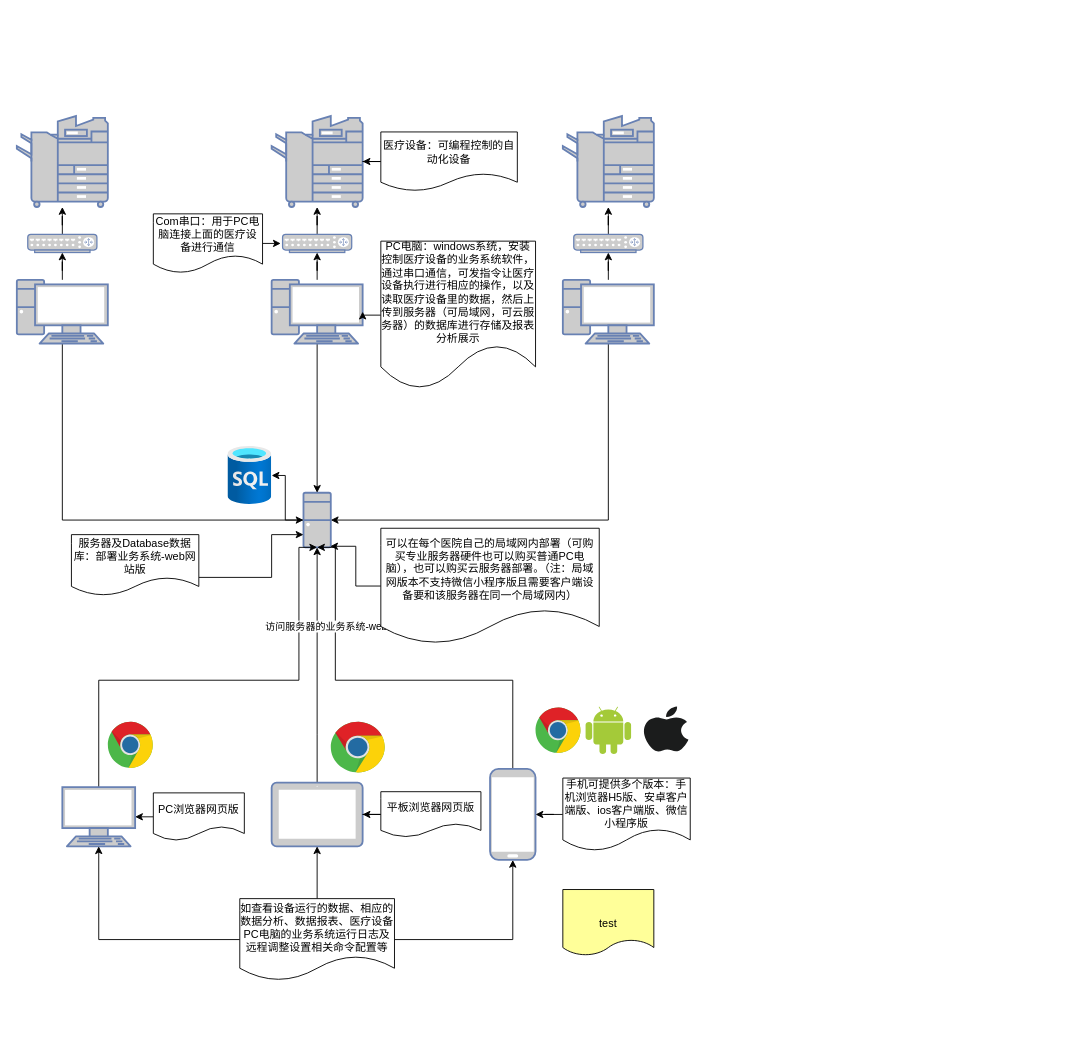
This is project/医疗器械系统.drawio from yangtech555/diagrams, a draw.io file, before an edit. Source tidied: cells renumbered, new cells numbered last; positions are measured from the earlier drawing's top-left corner, leaving out a move shared by most shapes. Both pictures are drawn from the tidied source at 91%, with x=0, y=0 at pixel (16, 116).
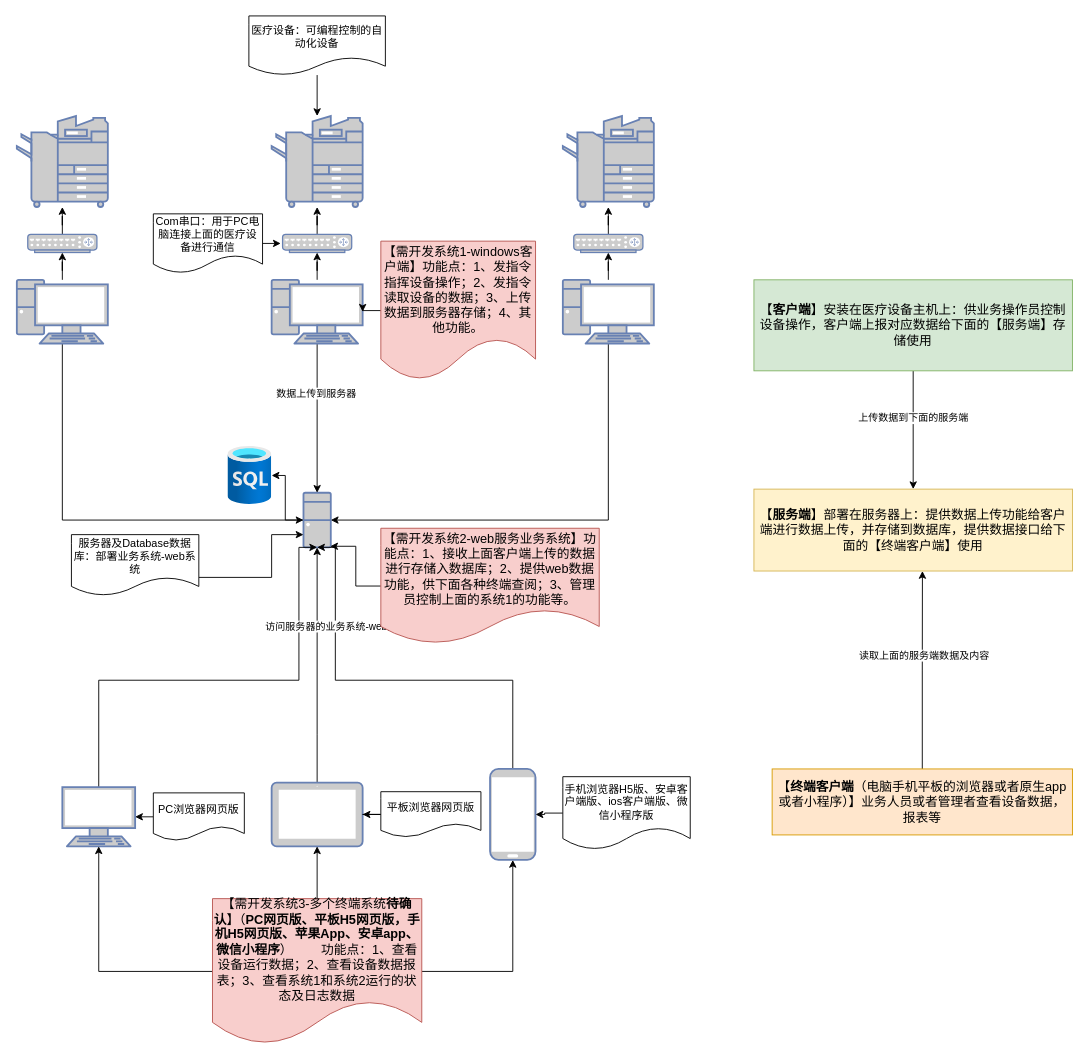
Above is the later version.

Commit message:
更新医疗器械系统.drawio

The change refers to these unchanged cells:
```xml
<mxCell id="9" style="edgeStyle=orthogonalEdgeStyle;rounded=0;jettySize=auto;html=1;" parent="1" edge="1" source="10" target="7">
  <mxGeometry relative="1" as="geometry">
    <Array as="points">
      <mxPoint x="330" y="444" />
    </Array>
  </mxGeometry>
</mxCell>
```

Diff of the diagram source:
```diff
@@
+    <mxCell id="56" value="数据上传到服务器" style="edgeLabel;html=1;align=center;verticalAlign=middle;" parent="9" vertex="1">
+      <mxGeometry x="-0.34" y="-2" relative="1" as="geometry" />
+    </mxCell>
@@
     <mxCell id="12" value="医疗设备：可编程控制的自动化设备" style="shape=document;whiteSpace=wrap;html=1;boundedLbl=1;" parent="1" vertex="1">
-      <mxGeometry x="400" y="17.5" width="150" height="65" as="geometry" />
+      <mxGeometry x="255" y="-110" width="150" height="65" as="geometry" />
     </mxCell>
@@
-    <mxCell id="16" value="PC电脑：windows系统，安装控制医疗设备的业务系统软件，通过串口通信，可发指令让医疗设备执行进行相应的操作，以及读取医疗设备里的数据，然后上传到服务器（可局域网，可云服务器）的数据库进行存储及报表分析展示" style="shape=document;whiteSpace=wrap;html=1;boundedLbl=1;" parent="1" vertex="1">
-      <mxGeometry x="400" y="137.5" width="170" height="162.5" as="geometry" />
+    <mxCell id="16" value="&lt;font style=&quot;font-size: 14px&quot;&gt;【需开发系统1-windows客户端】功能点：1、发指令指挥设备操作；2、发指令读取设备的数据；3、上传数据到服务器存储；4、其他功能。&lt;/font&gt;" style="shape=document;whiteSpace=wrap;html=1;boundedLbl=1;fillColor=#f8cecc;strokeColor=#b85450;" parent="1" vertex="1">
+      <mxGeometry x="400" y="137.5" width="170" height="152.5" as="geometry" />
     </mxCell>
@@
-    <mxCell id="30" value="服务器及Database数据库：部署业务系统-web网站版" style="shape=document;whiteSpace=wrap;html=1;boundedLbl=1;" parent="1" vertex="1">
+    <mxCell id="30" value="服务器及Database数据库：部署业务系统-web系统" style="shape=document;whiteSpace=wrap;html=1;boundedLbl=1;" parent="1" vertex="1">
       <mxGeometry x="60" y="460" width="140" height="67" as="geometry" />
     </mxCell>
@@
-    <mxCell id="39" value="&lt;span&gt;可以在每个医院自己的局域网内部署（可购买专业服务器硬件也可以购买普通PC电脑），也可以购买云服务器部署。（注：局域网版本不支持微信小程序版且需要客户端设备要和该服务器在同一个局域网内）&lt;/span&gt;" style="shape=document;whiteSpace=wrap;html=1;boundedLbl=1;" parent="1" vertex="1">
+    <mxCell id="39" value="&lt;font style=&quot;font-size: 14px&quot;&gt;【需开发系统2-web服务业务系统】功能点：1、接收上面客户端上传的数据进行存储入数据库；2、提供web数据功能，供下面各种终端查阅；3、管理员控制上面的系统1的功能等。&lt;/font&gt;" style="shape=document;whiteSpace=wrap;html=1;boundedLbl=1;fillColor=#f8cecc;strokeColor=#b85450;" parent="1" vertex="1">
       <mxGeometry x="400" y="453" width="240" height="127" as="geometry" />
     </mxCell>
@@
-    <mxCell id="45" value="&lt;span&gt;如查看设备运行的数据、相应的数据分析、数据报表、医疗设备PC电脑的业务系统运行日志及远程调整设置相关命令配置等&lt;/span&gt;" style="shape=document;whiteSpace=wrap;html=1;boundedLbl=1;" parent="1" vertex="1">
-      <mxGeometry x="245" y="860" width="170" height="90" as="geometry" />
+    <mxCell id="45" value="&lt;font style=&quot;font-size: 14px&quot;&gt;【需开发系统3-多个终端系统&lt;b&gt;待确认&lt;/b&gt;】（&lt;b&gt;PC网页版、平板H5网页版，手机H5网页版、苹果App、安卓app、微信小程序&lt;/b&gt;）&amp;nbsp; &amp;nbsp; &amp;nbsp; &amp;nbsp; 功能点：1、查看设备运行数据；2、查看设备数据报表；3、查看系统1和系统2运行的状态及日志数据&lt;/font&gt;" style="shape=document;whiteSpace=wrap;html=1;boundedLbl=1;fillColor=#f8cecc;strokeColor=#b85450;" parent="1" vertex="1">
+      <mxGeometry x="215" y="860" width="230" height="160" as="geometry" />
     </mxCell>
@@
-    <mxCell id="49" value="手机可提供多个版本：手机浏览器H5版、安卓客户端版、ios客户端版、微信小程序版" style="shape=document;whiteSpace=wrap;html=1;boundedLbl=1;" parent="1" vertex="1">
-      <mxGeometry x="600" y="727.5" width="140" height="80" as="geometry" />
+    <mxCell id="49" value="手机浏览器H5版、安卓客户端版、ios客户端版、微信小程序版" style="shape=document;whiteSpace=wrap;html=1;boundedLbl=1;" parent="1" vertex="1">
+      <mxGeometry x="600" y="726" width="140" height="80" as="geometry" />
     </mxCell>
-    <mxCell id="50" style="dashed=0;html=1;align=center;labelPosition=center;verticalLabelPosition=bottom;verticalAlign=top;shape=mxgraph.weblogos.chrome;" parent="1" vertex="1">
-      <mxGeometry x="100" y="665.5" width="50" height="52" as="geometry" />
-    </mxCell>
-    <mxCell id="51" style="dashed=0;html=1;align=center;labelPosition=center;verticalLabelPosition=bottom;verticalAlign=top;shape=mxgraph.weblogos.chrome;" parent="1" vertex="1">
-      <mxGeometry x="345" y="665.5" width="60" height="57" as="geometry" />
-    </mxCell>
-    <mxCell id="52" style="dashed=0;html=1;align=center;labelPosition=center;verticalLabelPosition=bottom;verticalAlign=top;shape=mxgraph.weblogos.android;fillColor=#A4CA39;strokeColor=none;" parent="1" vertex="1">
-      <mxGeometry x="625" y="649" width="50" height="52" as="geometry" />
-    </mxCell>
-    <mxCell id="53" style="dashed=0;html=1;align=center;labelPosition=center;verticalLabelPosition=bottom;verticalAlign=top;shape=mxgraph.weblogos.chrome;" parent="1" vertex="1">
-      <mxGeometry x="570" y="650" width="50" height="51" as="geometry" />
-    </mxCell>
-    <mxCell id="54" style="dashed=0;html=1;align=center;labelPosition=center;verticalLabelPosition=bottom;verticalAlign=top;shape=mxgraph.weblogos.apple;fillColor=#1B1C1C;strokeColor=none;" parent="1" vertex="1">
-      <mxGeometry x="688" y="649" width="50" height="50" as="geometry" />
-    </mxCell>
-    <mxCell id="55" value="test" style="html=1;whiteSpace=wrap;fillColor=#ffff99;shape=mxgraph.archimate.representation;" parent="1" vertex="1">
-      <mxGeometry x="600" y="850" width="100" height="75" as="geometry" />
-    </mxCell>
+    <mxCell id="57" style="edgeStyle=orthogonalEdgeStyle;rounded=0;jettySize=auto;html=1;entryX=0.5;entryY=0;entryDx=0;entryDy=0;" parent="1" edge="1" source="59" target="60">
+      <mxGeometry relative="1" as="geometry" />
+    </mxCell>
+    <mxCell id="58" value="上传数据到下面的服务端" style="edgeLabel;html=1;align=center;verticalAlign=middle;" parent="57" vertex="1">
+      <mxGeometry x="-0.22" y="-1" relative="1" as="geometry" />
+    </mxCell>
+    <mxCell id="59" value="&lt;font style=&quot;font-size: 14px&quot;&gt;【&lt;b&gt;客户端&lt;/b&gt;】安装在医疗设备主机上：供业务操作员控制设备操作，客户端上报对应数据给下面的【服务端】存储使用&lt;/font&gt;" style="rounded=0;whiteSpace=wrap;html=1;fillColor=#d5e8d4;strokeColor=#82b366;" parent="1" vertex="1">
+      <mxGeometry x="810" y="180" width="350" height="100" as="geometry" />
+    </mxCell>
+    <mxCell id="60" value="&lt;font style=&quot;font-size: 14px&quot;&gt;【&lt;b&gt;服务端&lt;/b&gt;】部署在服务器上：提供数据上传功能给客户端进行数据上传，并存储到数据库，提供数据接口给下面的【终端客户端】使用&lt;/font&gt;" style="rounded=0;whiteSpace=wrap;html=1;fillColor=#fff2cc;strokeColor=#d6b656;" parent="1" vertex="1">
+      <mxGeometry x="810" y="410" width="350" height="90" as="geometry" />
+    </mxCell>
+    <mxCell id="61" style="edgeStyle=orthogonalEdgeStyle;rounded=0;jettySize=auto;html=1;entryX=0.529;entryY=1;entryDx=0;entryDy=0;entryPerimeter=0;" parent="1" edge="1" source="63" target="60">
+      <mxGeometry relative="1" as="geometry" />
+    </mxCell>
+    <mxCell id="62" value="读取上面的服务端数据及内容" style="edgeLabel;html=1;align=center;verticalAlign=middle;" parent="61" vertex="1">
+      <mxGeometry x="0.15" y="-1" relative="1" as="geometry" />
+    </mxCell>
+    <mxCell id="63" value="&lt;font style=&quot;font-size: 14px&quot;&gt;【&lt;b&gt;终端客户端&lt;/b&gt;（电脑手机平板的浏览器或者原生app或者小程序）】业务人员或者管理者查看设备数据，报表等&lt;/font&gt;" style="rounded=0;whiteSpace=wrap;html=1;fillColor=#ffe6cc;strokeColor=#d79b00;" parent="1" vertex="1">
+      <mxGeometry x="830" y="717.5" width="330" height="72.5" as="geometry" />
+    </mxCell>
```
